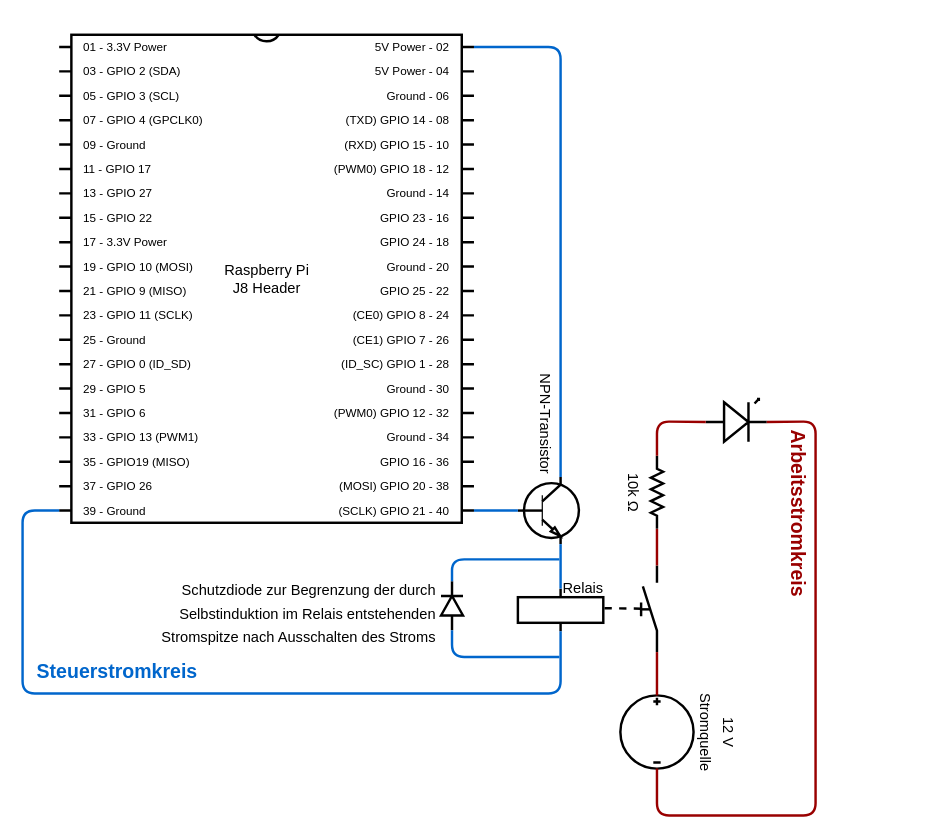
DennisSchulmeister/dhbwka-wwi-iottech-folien keeps this draw.io diagram as 2-hardwaredesign/img/led_relais_schaltplan.drawio. Above is the earlier version. Source tidied: cells renumbered, new cells numbered last; positions are measured from the earlier drawing's top-left corner, leaving out a move shared by most shapes. Both pictures are drawn from the tidied source at 122%, with x=0, y=0 at pixel (22, 34).
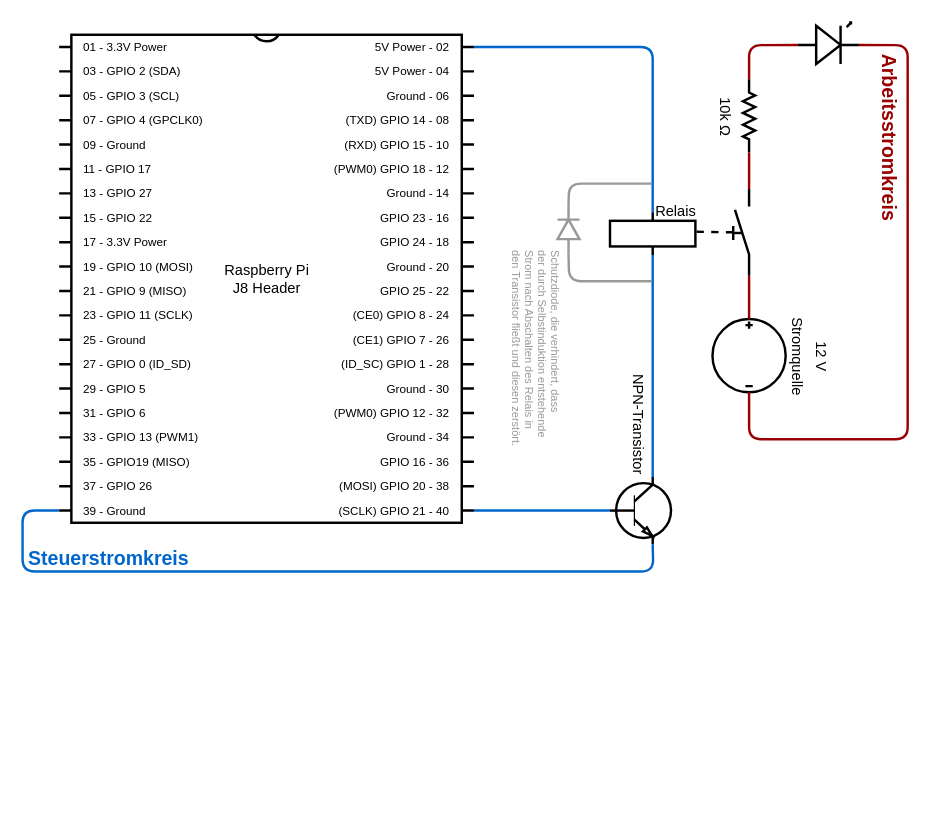
After the change.

The change refers to these unchanged cells:
```xml
<mxCell id="2" value="&lt;div&gt;Raspberry Pi&lt;/div&gt;&lt;div&gt;J8 Header&lt;br&gt;&lt;/div&gt;" style="shadow=0;dashed=0;align=center;fillColor=#ffffff;html=1;strokeWidth=2;shape=mxgraph.electrical.logic_gates.dual_inline_ic;labelNames=01 - 3.3V Power,03 - GPIO 2 (SDA),05 - GPIO 3 (SCL),07 - GPIO 4 (GPCLK0),09 - Ground,11 - GPIO 17,13 - GPIO 27,15 - GPIO 22,17 - 3.3V Power,19 - GPIO 10 (MOSI),21 - GPIO 9 (MISO),23 - GPIO 11 (SCLK),25 - Ground,27 - GPIO 0 (ID_SD),29 - GPIO 5,31 - GPIO 6,33 - GPIO 13 (PWM1),35 - GPIO19 (MISO),37 - GPIO 26,39 - Ground,(SCLK) GPIO 21 - 40,(MOSI) GPIO 20 - 38,GPIO 16 - 36,Ground - 34,(PWM0) GPIO 12 - 32,Ground - 30,(ID_SC) GPIO 1 - 28,(CE1) GPIO 7 - 26,(CE0) GPIO 8 - 24,GPIO 25 - 22,Ground - 20,GPIO 24 - 18,GPIO 23 - 16,Ground - 14,(PWM0) GPIO 18 - 12,(RXD) GPIO 15 - 10,(TXD) GPIO 14 - 08,Ground - 06,5V Power - 04,5V Power - 02;direction=east;portConstraintRotation=0;portConstraint=none;fixDash=0;pinLabelType=cust;labelCount=40;strokeColor=#000000;" parent="1" vertex="1">
  <mxGeometry x="30" width="340" height="400" as="geometry" />
</mxCell>
```

What changed in the source:
```diff
@@
     <mxCell id="3" value="10k &lt;span class=&quot;ILfuVd&quot;&gt;&lt;span class=&quot;e24Kjd&quot;&gt;Ω&lt;/span&gt;&lt;/span&gt;" style="verticalLabelPosition=bottom;shadow=0;dashed=0;align=center;fillColor=#ffffff;html=1;verticalAlign=top;strokeWidth=2;shape=mxgraph.electrical.resistors.resistor_2;rotation=90;" parent="1" vertex="1">
-      <mxGeometry x="490" y="370" width="60" height="10" as="geometry" />
+      <mxGeometry x="565.5" y="61.5" width="60" height="10" as="geometry" />
     </mxCell>
     <mxCell id="4" style="verticalLabelPosition=bottom;shadow=0;dashed=0;align=center;fillColor=#ffffff;html=1;verticalAlign=top;strokeWidth=2;shape=mxgraph.electrical.opto_electronics.led_1;rotation=0;" parent="1" vertex="1">
-      <mxGeometry x="560" y="298.5" width="50" height="35" as="geometry" />
+      <mxGeometry x="635.5" y="-10" width="50" height="34" as="geometry" />
     </mxCell>
     <mxCell id="5" style="verticalLabelPosition=bottom;shadow=0;dashed=0;align=center;fillColor=#ffffff;html=1;verticalAlign=top;strokeWidth=2;shape=mxgraph.electrical.transistors.npn_transistor_1;" parent="1" vertex="1">
-      <mxGeometry x="406" y="355" width="50" height="70" as="geometry" />
+      <mxGeometry x="481.5" y="355" width="50" height="70" as="geometry" />
     </mxCell>
@@
-    <mxCell id="7" style="endArrow=none;html=1;strokeColor=#0066CC;strokeWidth=2;exitX=1;exitY=0;exitDx=0;exitDy=10;exitPerimeter=0;entryX=0.7;entryY=0;entryDx=0;entryDy=0;entryPerimeter=0;jumpStyle=gap;" parent="1" edge="1" source="2" target="5">
+    <mxCell id="7" style="endArrow=none;html=1;strokeColor=#0066CC;strokeWidth=2;exitX=1;exitY=0;exitDx=0;exitDy=10;exitPerimeter=0;jumpStyle=gap;entryX=0.5;entryY=0;entryDx=0;entryDy=0;entryPerimeter=0;" parent="1" edge="1" source="2" target="10">
       <mxGeometry relative="1" as="geometry">
         <Array as="points">
-          <mxPoint x="441" y="10" />
+          <mxPoint x="516.5" y="10" />
         </Array>
       </mxGeometry>
     </mxCell>
     <mxCell id="8" value="NPN-Transistor" style="text;html=1;align=left;verticalAlign=top;spacingTop=-4;rotation=90;" parent="1" vertex="1">
-      <mxGeometry x="379" y="316" width="100" height="20" as="geometry" />
+      <mxGeometry x="454.5" y="316" width="100" height="20" as="geometry" />
     </mxCell>
     <mxCell id="9" style="verticalLabelPosition=bottom;shadow=0;dashed=0;align=center;fillColor=#ffffff;html=1;verticalAlign=top;strokeWidth=2;shape=mxgraph.electrical.electro-mechanical.manual_switch;rotation=-90;" parent="1" vertex="1">
-      <mxGeometry x="478" y="464" width="71" height="13" as="geometry" />
+      <mxGeometry x="553.5" y="155.5" width="71" height="13" as="geometry" />
     </mxCell>
     <mxCell id="10" style="verticalLabelPosition=bottom;shadow=0;dashed=0;align=center;fillColor=#ffffff;html=1;verticalAlign=top;strokeWidth=2;shape=mxgraph.electrical.electro-mechanical.relay_coil;" parent="1" vertex="1">
-      <mxGeometry x="406" y="454" width="70" height="35" as="geometry" />
+      <mxGeometry x="481.5" y="145.5" width="70" height="35" as="geometry" />
     </mxCell>
-    <mxCell id="11" style="endArrow=none;html=1;strokeColor=#0066CC;strokeWidth=2;jumpStyle=gap;exitX=0.7;exitY=1;exitDx=0;exitDy=0;exitPerimeter=0;entryX=0.5;entryY=0;entryDx=0;entryDy=0;entryPerimeter=0;" parent="1" edge="1" source="5" target="10">
+    <mxCell id="11" style="endArrow=none;html=1;strokeColor=#0066CC;strokeWidth=2;jumpStyle=gap;entryX=0.5;entryY=1;entryDx=0;entryDy=0;entryPerimeter=0;exitX=0.7;exitY=0;exitDx=0;exitDy=0;exitPerimeter=0;" parent="1" edge="1" source="5" target="10">
       <mxGeometry relative="1" as="geometry" />
     </mxCell>
-    <mxCell id="12" style="endArrow=none;html=1;strokeColor=#0066CC;strokeWidth=2;jumpStyle=gap;entryX=0.5;entryY=1;entryDx=0;entryDy=0;entryPerimeter=0;exitX=0;exitY=0;exitDx=0;exitDy=390;exitPerimeter=0;" parent="1" edge="1" source="2" target="10">
+    <mxCell id="12" style="endArrow=none;html=1;strokeColor=#0066CC;strokeWidth=2;jumpStyle=gap;exitX=0;exitY=0;exitDx=0;exitDy=390;exitPerimeter=0;entryX=0.7;entryY=1;entryDx=0;entryDy=0;entryPerimeter=0;" parent="1" edge="1" source="2" target="5">
       <mxGeometry relative="1" as="geometry">
         <Array as="points">
           <mxPoint y="390" />
-          <mxPoint y="540" />
-          <mxPoint x="441" y="540" />
+          <mxPoint y="440" />
+          <mxPoint x="517" y="440" />
         </Array>
       </mxGeometry>
     </mxCell>
     <mxCell id="13" value="Steuerstromkreis" style="text;html=1;align=left;verticalAlign=top;spacingTop=-4;fontStyle=1;fontColor=#0066CC;fontSize=16;" parent="1" vertex="1">
-      <mxGeometry x="10" y="510" width="110" height="20" as="geometry" />
+      <mxGeometry x="3" y="417" width="110" height="20" as="geometry" />
     </mxCell>
@@
     <mxCell id="15" value="&lt;font style=&quot;font-size: 12px&quot;&gt;Relais&lt;/font&gt;" style="text;html=1;align=left;verticalAlign=top;spacingTop=-4;fontSize=16;fontColor=#000000;" parent="1" vertex="1">
-      <mxGeometry x="441" y="440" width="50" height="20" as="geometry" />
+      <mxGeometry x="516.5" y="130.5" width="50" height="20" as="geometry" />
     </mxCell>
     <mxCell id="16" value="&lt;font color=&quot;#990000&quot;&gt;&lt;b&gt;Arbeitsstromkreis&lt;/b&gt;&lt;/font&gt;" style="text;html=1;align=left;verticalAlign=top;spacingTop=-4;fontSize=16;fontColor=#000000;rotation=90;" parent="1" vertex="1">
-      <mxGeometry x="563" y="387" width="150" height="20" as="geometry" />
+      <mxGeometry x="638.5" y="78.5" width="150" height="20" as="geometry" />
     </mxCell>
     <mxCell id="17" style="verticalLabelPosition=bottom;shadow=0;dashed=0;align=center;fillColor=#ffffff;html=1;verticalAlign=top;strokeWidth=2;shape=mxgraph.electrical.signal_sources.dc_source_3;fontSize=16;fontColor=#000000;" parent="1" vertex="1">
-      <mxGeometry x="490" y="541.5" width="60" height="60" as="geometry" />
+      <mxGeometry x="565.5" y="233" width="60" height="60" as="geometry" />
     </mxCell>
@@
     <mxCell id="20" style="endArrow=none;html=1;strokeColor=#990000;strokeWidth=2;fontSize=16;fontColor=#000000;jumpStyle=gap;exitX=0;exitY=0.5;exitDx=0;exitDy=0;exitPerimeter=0;entryX=0;entryY=0.54;entryDx=0;entryDy=0;entryPerimeter=0;" parent="1" edge="1" source="3" target="4">
       <mxGeometry relative="1" as="geometry">
         <Array as="points">
-          <mxPoint x="520" y="317" />
+          <mxPoint x="595.5" y="8.5" />
         </Array>
       </mxGeometry>
     </mxCell>
     <mxCell id="21" style="endArrow=none;html=1;strokeColor=#990000;strokeWidth=2;fontSize=16;fontColor=#000000;jumpStyle=gap;exitX=0.5;exitY=1;exitDx=0;exitDy=0;exitPerimeter=0;entryX=1;entryY=0.54;entryDx=0;entryDy=0;entryPerimeter=0;" parent="1" edge="1" source="17" target="4">
       <mxGeometry relative="1" as="geometry">
         <Array as="points">
-          <mxPoint x="520" y="640" />
-          <mxPoint x="650" y="640" />
-          <mxPoint x="650" y="317" />
+          <mxPoint x="595.5" y="331.5" />
+          <mxPoint x="725.5" y="331.5" />
+          <mxPoint x="725.5" y="8.5" />
         </Array>
       </mxGeometry>
     </mxCell>
     <mxCell id="22" value="&lt;div&gt;&lt;font style=&quot;font-size: 12px&quot;&gt;12 V&lt;/font&gt;&lt;/div&gt;&lt;div&gt;&lt;font style=&quot;font-size: 12px&quot;&gt;Stromquelle&lt;/font&gt;&lt;/div&gt;" style="text;html=1;align=center;verticalAlign=top;spacingTop=-4;fontSize=16;fontColor=#000000;rotation=90;" parent="1" vertex="1">
-      <mxGeometry x="533" y="551.5" width="80" height="40" as="geometry" />
+      <mxGeometry x="608.5" y="243" width="80" height="40" as="geometry" />
     </mxCell>
-    <mxCell id="23" style="fillColor=#000000;verticalLabelPosition=bottom;shadow=0;dashed=0;align=center;fillColor=#ffffff;html=1;verticalAlign=top;strokeWidth=2;shape=mxgraph.electrical.diodes.diode;fontSize=16;fontColor=#000000;rotation=-90;" parent="1" vertex="1">
-      <mxGeometry x="332" y="459" width="40" height="18" as="geometry" />
+    <mxCell id="23" style="fillColor=#000000;verticalLabelPosition=bottom;shadow=0;dashed=0;align=center;fillColor=#ffffff;html=1;verticalAlign=top;strokeWidth=2;shape=mxgraph.electrical.diodes.diode;fontSize=16;fontColor=#000000;rotation=-90;strokeColor=#999999;" parent="1" vertex="1">
+      <mxGeometry x="427.5" y="150.5" width="40" height="18" as="geometry" />
     </mxCell>
-    <mxCell id="24" style="endArrow=none;html=1;strokeColor=#0066CC;strokeWidth=2;fontSize=16;fontColor=#000000;jumpStyle=gap;exitX=1;exitY=0.5;exitDx=0;exitDy=0;exitPerimeter=0;" parent="1" edge="1" source="23">
+    <mxCell id="24" style="endArrow=none;html=1;strokeColor=#999999;strokeWidth=2;fontSize=16;fontColor=#000000;jumpStyle=gap;exitX=1;exitY=0.5;exitDx=0;exitDy=0;exitPerimeter=0;" parent="1" edge="1" source="23">
       <mxGeometry relative="1" as="geometry">
-        <mxPoint x="440" y="430" as="targetPoint" />
+        <mxPoint x="516" y="122" as="targetPoint" />
         <Array as="points">
-          <mxPoint x="352" y="430" />
+          <mxPoint x="448" y="122" />
         </Array>
       </mxGeometry>
     </mxCell>
-    <mxCell id="25" style="endArrow=none;html=1;strokeColor=#0066CC;strokeWidth=2;fontSize=16;fontColor=#000000;jumpStyle=gap;exitX=0;exitY=0.5;exitDx=0;exitDy=0;exitPerimeter=0;" parent="1" edge="1" source="23">
+    <mxCell id="25" style="endArrow=none;html=1;strokeColor=#999999;strokeWidth=2;fontSize=16;fontColor=#000000;jumpStyle=gap;exitX=0;exitY=0.5;exitDx=0;exitDy=0;exitPerimeter=0;" parent="1" edge="1" source="23">
       <mxGeometry relative="1" as="geometry">
-        <mxPoint x="440" y="510" as="targetPoint" />
+        <mxPoint x="516" y="202" as="targetPoint" />
         <Array as="points">
-          <mxPoint x="352" y="510" />
+          <mxPoint x="448" y="202" />
         </Array>
       </mxGeometry>
     </mxCell>
-    <mxCell id="26" value="&lt;div&gt;&lt;font style=&quot;font-size: 12px&quot;&gt;Schutzdiode zur Begrenzung der durch&lt;/font&gt;&lt;/div&gt;&lt;div&gt;&lt;font style=&quot;font-size: 12px&quot;&gt;Selbstinduktion im Relais entstehenden&lt;/font&gt;&lt;/div&gt;&lt;div&gt;&lt;font style=&quot;font-size: 12px&quot;&gt;Stromspitze nach Ausschalten des Stroms&lt;br&gt;&lt;/font&gt;&lt;/div&gt;" style="text;html=1;align=right;verticalAlign=top;spacingTop=-4;fontSize=16;fontColor=#000000;rotation=0;" parent="1" vertex="1">
-      <mxGeometry x="100" y="441.5" width="240" height="60" as="geometry" />
+    <mxCell id="26" value="&lt;div style=&quot;font-size: 9px;&quot;&gt;&lt;font style=&quot;font-size: 9px;&quot;&gt;Schutzdiode, die verhindert, dass&lt;/font&gt;&lt;/div&gt;&lt;div style=&quot;font-size: 9px;&quot;&gt;&lt;font style=&quot;font-size: 9px;&quot;&gt;der durch Selbstinduktion entstehende&lt;/font&gt;&lt;/div&gt;&lt;div style=&quot;font-size: 9px;&quot;&gt;&lt;font style=&quot;font-size: 9px;&quot;&gt;Strom nach Abschalten des Relais in&lt;/font&gt;&lt;/div&gt;&lt;div style=&quot;font-size: 9px;&quot;&gt;&lt;font style=&quot;font-size: 9px;&quot;&gt;den Transistor fließt und diesen zerstört.&lt;br style=&quot;font-size: 9px;&quot;&gt;&lt;/font&gt;&lt;/div&gt;" style="text;html=1;align=left;verticalAlign=top;spacingTop=-4;fontSize=9;fontColor=#999999;rotation=90;" parent="1" vertex="1">
+      <mxGeometry x="290" y="250" width="230" height="80" as="geometry" />
     </mxCell>
```
